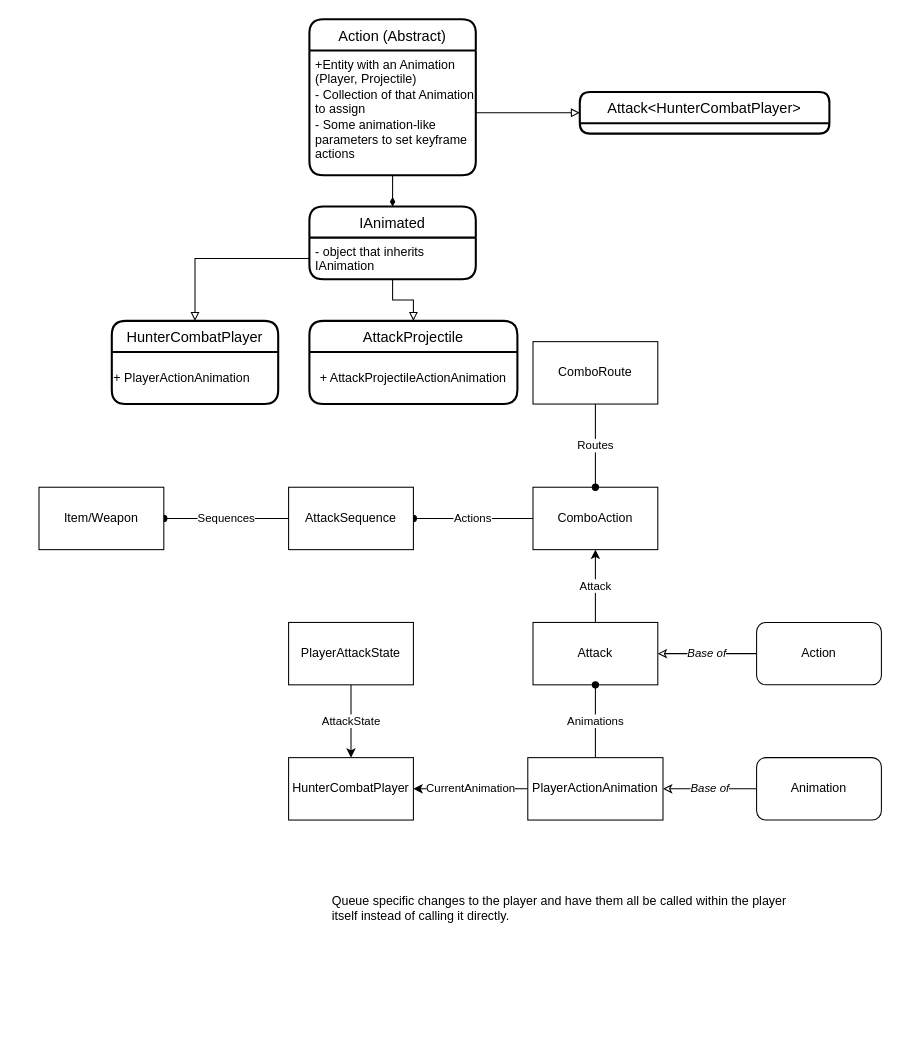
The draw.io diagram AttackDiagrams.drawio in Gingerbreadman32/HunterCombatMR, before the edit. Source tidied: cells renumbered, new cells numbered last; positions are measured from the earlier drawing's top-left corner, leaving out a move shared by most shapes. Both pictures are drawn from the tidied source at 104%, with x=0, y=0 at pixel (38, 19).
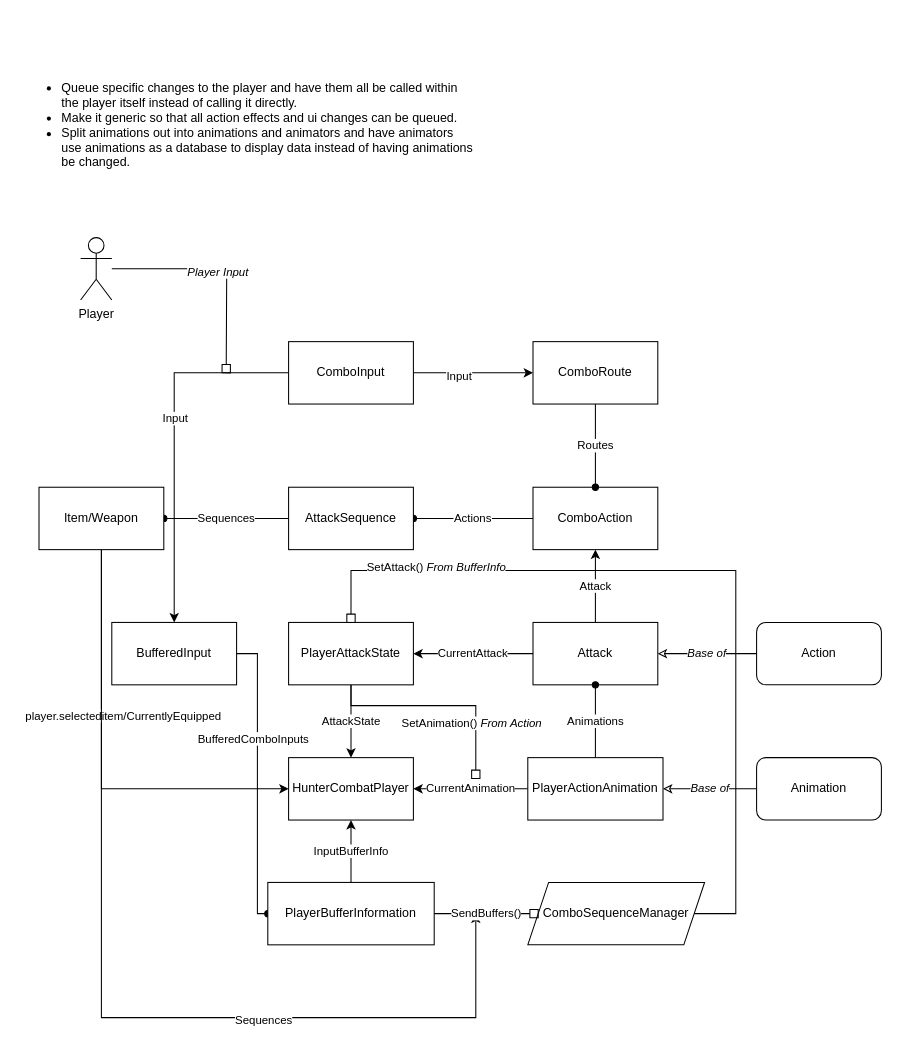
After the change.

Commit message (it also covers changes not shown here):
Diagram updates and getting ready for a structure change

The change refers to these unchanged cells:
```xml
<mxCell id="17" value="HunterCombatPlayer" style="rounded=0;whiteSpace=wrap;html=1;" parent="1" vertex="1">
  <mxGeometry x="240" y="710" width="120" height="60" as="geometry" />
</mxCell>
<mxCell id="19" value="Attack" style="rounded=0;whiteSpace=wrap;html=1;" parent="1" vertex="1">
  <mxGeometry x="475" y="580" width="120" height="60" as="geometry" />
</mxCell>
<mxCell id="30" value="ComboRoute" style="rounded=0;whiteSpace=wrap;html=1;" parent="1" vertex="1">
  <mxGeometry x="475" y="310" width="120" height="60" as="geometry" />
</mxCell>
<mxCell id="31" value="PlayerAttackState" style="rounded=0;whiteSpace=wrap;html=1;" parent="1" vertex="1">
  <mxGeometry x="240" y="580" width="120" height="60" as="geometry" />
</mxCell>
<mxCell id="33" value="Item/Weapon" style="rounded=0;whiteSpace=wrap;html=1;" parent="1" vertex="1">
  <mxGeometry y="450" width="120" height="60" as="geometry" />
</mxCell>
```

Diff of the diagram source:
```diff
@@
-    <mxCell id="2" value="Action (Abstract)" style="swimlane;horizontal=1;startSize=30;rounded=1;fontSize=14;fontStyle=0;strokeWidth=2;shadow=0;dashed=0;align=center;" parent="1" vertex="1">
-      <mxGeometry x="260" width="160" height="150" as="geometry" />
-    </mxCell>
-    <mxCell id="3" value="+Entity with an Animation&#10;(Player, Projectile)&#10;- Collection of that Animation to assign&#10;- Some animation-like parameters to set keyframe actions" style="align=left;strokeColor=none;fillColor=none;spacingLeft=4;fontSize=12;verticalAlign=top;whiteSpace=wrap;" parent="2" vertex="1">
-      <mxGeometry y="30" width="160" height="120" as="geometry" />
-    </mxCell>
-    <mxCell id="4" value="IAnimated" style="swimlane;horizontal=1;startSize=30;rounded=1;fontSize=14;fontStyle=0;strokeWidth=2;shadow=0;dashed=0;align=center;" parent="1" vertex="1">
-      <mxGeometry x="260" y="180" width="160" height="70" as="geometry" />
-    </mxCell>
-    <mxCell id="5" value="- object that inherits IAnimation" style="align=left;strokeColor=none;fillColor=none;spacingLeft=4;fontSize=12;verticalAlign=top;whiteSpace=wrap;" parent="4" vertex="1">
-      <mxGeometry y="30" width="160" height="40" as="geometry" />
-    </mxCell>
-    <mxCell id="6" style="edgeStyle=orthogonalEdgeStyle;rounded=0;jettySize=auto;html=1;entryX=0.5;entryY=0;entryDx=0;entryDy=0;endArrow=diamondThin;endFill=1;" parent="1" edge="1" source="3" target="4">
-      <mxGeometry relative="1" as="geometry" />
-    </mxCell>
-    <mxCell id="7" style="edgeStyle=orthogonalEdgeStyle;rounded=0;jettySize=auto;html=1;endArrow=block;endFill=0;entryX=0.5;entryY=0;entryDx=0;entryDy=0;" parent="1" edge="1" source="5" target="8">
-      <mxGeometry relative="1" as="geometry" />
-    </mxCell>
-    <mxCell id="8" value="HunterCombatPlayer" style="swimlane;horizontal=1;startSize=30;rounded=1;fontSize=14;fontStyle=0;strokeWidth=2;shadow=0;dashed=0;align=center;" parent="1" vertex="1">
-      <mxGeometry x="70" y="290" width="160" height="80" as="geometry" />
-    </mxCell>
-    <mxCell id="9" value="+ PlayerActionAnimation" style="text;html=1;strokeColor=none;fillColor=none;align=left;verticalAlign=middle;whiteSpace=wrap;rounded=0;" parent="8" vertex="1">
-      <mxGeometry y="30" width="160" height="50" as="geometry" />
-    </mxCell>
-    <mxCell id="10" value="AttackProjectile" style="swimlane;horizontal=1;startSize=30;rounded=1;fontSize=14;fontStyle=0;strokeWidth=2;shadow=0;dashed=0;align=center;" parent="1" vertex="1">
-      <mxGeometry x="260" y="290" width="200" height="80" as="geometry" />
-    </mxCell>
-    <mxCell id="11" value="+ AttackProjectileActionAnimation" style="text;html=1;strokeColor=none;fillColor=none;align=center;verticalAlign=middle;whiteSpace=wrap;rounded=0;" parent="10" vertex="1">
-      <mxGeometry y="30" width="200" height="50" as="geometry" />
-    </mxCell>
-    <mxCell id="12" style="edgeStyle=orthogonalEdgeStyle;rounded=0;jettySize=auto;html=1;entryX=0.5;entryY=0;entryDx=0;entryDy=0;endArrow=block;endFill=0;" parent="1" edge="1" source="5" target="10">
-      <mxGeometry relative="1" as="geometry" />
-    </mxCell>
-    <mxCell id="13" style="edgeStyle=orthogonalEdgeStyle;rounded=0;jettySize=auto;html=1;endArrow=block;endFill=0;entryX=0;entryY=0.5;entryDx=0;entryDy=0;" parent="1" edge="1" source="3" target="14">
-      <mxGeometry relative="1" as="geometry" />
-    </mxCell>
-    <mxCell id="14" value="Attack&lt;HunterCombatPlayer&gt;" style="swimlane;horizontal=1;startSize=30;rounded=1;fontSize=14;fontStyle=0;strokeWidth=2;shadow=0;dashed=0;align=center;" parent="1" vertex="1">
-      <mxGeometry x="520" y="70" width="240" height="40" as="geometry" />
-    </mxCell>
@@
+    <mxCell id="35" value="CurrentAttack" style="edgeStyle=orthogonalEdgeStyle;rounded=0;jettySize=auto;html=1;entryX=1;entryY=0.5;entryDx=0;entryDy=0;" parent="1" edge="1" source="19" target="31">
+      <mxGeometry relative="1" as="geometry" />
+    </mxCell>
@@
+    <mxCell id="36" style="edgeStyle=orthogonalEdgeStyle;rounded=0;jettySize=auto;html=1;endArrow=none;endFill=0;entryX=1;entryY=0.5;entryDx=0;entryDy=0;startArrow=classic;startFill=1;" parent="1" edge="1" source="30" target="48">
+      <mxGeometry relative="1" as="geometry" />
+    </mxCell>
+    <mxCell id="37" value="Input" style="edgeLabel;html=1;align=center;verticalAlign=middle;" parent="36" vertex="1">
+      <mxGeometry x="0.26" y="2" relative="1" as="geometry" />
+    </mxCell>
@@
+    <mxCell id="38" style="edgeStyle=orthogonalEdgeStyle;rounded=0;jettySize=auto;html=1;endArrow=box;endFill=0;" parent="1" edge="1" source="31">
+      <mxGeometry relative="1" as="geometry">
+        <mxPoint x="420" y="730" as="targetPoint" />
+        <Array as="points">
+          <mxPoint x="300" y="660" />
+          <mxPoint x="420" y="660" />
+        </Array>
+      </mxGeometry>
+    </mxCell>
+    <mxCell id="39" value="SetAnimation() &lt;i&gt;From Action&lt;/i&gt;" style="edgeLabel;html=1;align=center;verticalAlign=middle;" parent="38" vertex="1">
+      <mxGeometry x="0.49" y="-5" relative="1" as="geometry" />
+    </mxCell>
@@
+    <mxCell id="40" style="edgeStyle=orthogonalEdgeStyle;rounded=0;jettySize=auto;html=1;entryX=0;entryY=0.5;entryDx=0;entryDy=0;" parent="1" edge="1" source="33" target="17">
+      <mxGeometry relative="1" as="geometry">
+        <Array as="points">
+          <mxPoint x="60" y="740" />
+        </Array>
+      </mxGeometry>
+    </mxCell>
+    <mxCell id="41" value="player.selecteditem/CurrentlyEquipped" style="edgeLabel;html=1;align=center;verticalAlign=middle;" parent="40" vertex="1">
+      <mxGeometry x="-0.19" y="-1" relative="1" as="geometry">
+        <mxPoint x="21" y="-7" as="offset" />
+      </mxGeometry>
+    </mxCell>
+    <mxCell id="42" style="edgeStyle=orthogonalEdgeStyle;rounded=0;jettySize=auto;html=1;startArrow=none;startFill=0;endArrow=classic;endFill=1;" parent="1" edge="1" source="33">
+      <mxGeometry relative="1" as="geometry">
+        <mxPoint x="420" y="860" as="targetPoint" />
+        <Array as="points">
+          <mxPoint x="60" y="960" />
+          <mxPoint x="420" y="960" />
+          <mxPoint x="420" y="890" />
+        </Array>
+      </mxGeometry>
+    </mxCell>
+    <mxCell id="43" value="Sequences" style="edgeLabel;html=1;align=center;verticalAlign=middle;" parent="42" vertex="1">
+      <mxGeometry x="0.33" y="-2" relative="1" as="geometry" />
+    </mxCell>
@@
-    <mxCell id="34" value="Queue specific changes to the player and have them all be called within the player itself instead of calling it directly.&amp;nbsp;&amp;nbsp;" style="text;html=1;strokeColor=none;fillColor=none;align=left;verticalAlign=middle;whiteSpace=wrap;rounded=0;" parent="1" vertex="1">
-      <mxGeometry x="280" y="790" width="440" height="130" as="geometry" />
+    <mxCell id="34" value="&lt;ul&gt;&lt;li&gt;Queue specific changes to the player and have them all be called within the player itself instead of calling it directly.&amp;nbsp;&lt;/li&gt;&lt;li&gt;Make it generic so that all action effects and ui changes can be queued.&lt;/li&gt;&lt;li&gt;Split animations out into animations and animators and have animators use animations as a database to display data instead of having animations be changed.&lt;/li&gt;&lt;/ul&gt;" style="text;html=1;strokeColor=none;fillColor=none;align=left;verticalAlign=middle;whiteSpace=wrap;rounded=0;" parent="1" vertex="1">
+      <mxGeometry x="-20" y="37" width="440" height="130" as="geometry" />
     </mxCell>
+    <mxCell id="44" style="edgeStyle=orthogonalEdgeStyle;rounded=0;jettySize=auto;html=1;entryX=0;entryY=0.5;entryDx=0;entryDy=0;startArrow=none;startFill=0;endArrow=oval;endFill=1;exitX=1;exitY=0.5;exitDx=0;exitDy=0;" parent="1" edge="1" source="55" target="54">
+      <mxGeometry relative="1" as="geometry">
+        <Array as="points">
+          <mxPoint x="210" y="610" />
+          <mxPoint x="210" y="860" />
+        </Array>
+      </mxGeometry>
+    </mxCell>
+    <mxCell id="45" value="BufferedComboInputs" style="edgeLabel;html=1;align=center;verticalAlign=middle;" parent="44" vertex="1">
+      <mxGeometry x="-0.28" y="-5" relative="1" as="geometry" />
+    </mxCell>
+    <mxCell id="46" style="edgeStyle=orthogonalEdgeStyle;rounded=0;jettySize=auto;html=1;entryX=0.5;entryY=0;entryDx=0;entryDy=0;startArrow=none;startFill=0;endArrow=classic;endFill=1;" parent="1" edge="1" source="48" target="55">
+      <mxGeometry relative="1" as="geometry" />
+    </mxCell>
+    <mxCell id="47" value="Input" style="edgeLabel;html=1;align=center;verticalAlign=middle;" parent="46" vertex="1">
+      <mxGeometry x="-0.13" relative="1" as="geometry">
+        <mxPoint y="1" as="offset" />
+      </mxGeometry>
+    </mxCell>
+    <mxCell id="48" value="ComboInput" style="rounded=0;whiteSpace=wrap;html=1;fontFamily=Helvetica;fontSize=12;fontColor=#000000;align=center;strokeColor=#000000;fillColor=#ffffff;" parent="1" vertex="1">
+      <mxGeometry x="240" y="310" width="120" height="60" as="geometry" />
+    </mxCell>
+    <mxCell id="49" style="edgeStyle=orthogonalEdgeStyle;rounded=0;jettySize=auto;html=1;startArrow=none;startFill=0;endArrow=box;endFill=0;entryX=0.5;entryY=0;entryDx=0;entryDy=0;" parent="1" edge="1" source="51" target="31">
+      <mxGeometry relative="1" as="geometry">
+        <Array as="points">
+          <mxPoint x="670" y="860" />
+          <mxPoint x="670" y="530" />
+          <mxPoint x="300" y="530" />
+        </Array>
+      </mxGeometry>
+    </mxCell>
+    <mxCell id="50" value="SetAttack() &lt;i&gt;From BufferInfo&lt;/i&gt;" style="edgeLabel;html=1;align=center;verticalAlign=middle;" parent="49" vertex="1">
+      <mxGeometry x="0.67" y="-4" relative="1" as="geometry">
+        <mxPoint x="1" as="offset" />
+      </mxGeometry>
+    </mxCell>
+    <mxCell id="51" value="ComboSequenceManager" style="shape=parallelogram;perimeter=parallelogramPerimeter;whiteSpace=wrap;html=1;fixedSize=1;" parent="1" vertex="1">
+      <mxGeometry x="470" y="830" width="170" height="60" as="geometry" />
+    </mxCell>
+    <mxCell id="52" value="InputBufferInfo" style="edgeStyle=orthogonalEdgeStyle;rounded=0;jettySize=auto;html=1;entryX=0.5;entryY=1;entryDx=0;entryDy=0;startArrow=none;startFill=0;endArrow=classic;endFill=1;" parent="1" edge="1" source="54" target="17">
+      <mxGeometry relative="1" as="geometry" />
+    </mxCell>
+    <mxCell id="53" value="SendBuffers()" style="edgeStyle=orthogonalEdgeStyle;rounded=0;jettySize=auto;html=1;startArrow=none;startFill=0;endArrow=box;endFill=0;" parent="1" edge="1" source="54" target="51">
+      <mxGeometry relative="1" as="geometry" />
+    </mxCell>
+    <mxCell id="54" value="PlayerBufferInformation" style="rounded=0;whiteSpace=wrap;html=1;" parent="1" vertex="1">
+      <mxGeometry x="220" y="830" width="160" height="60" as="geometry" />
+    </mxCell>
+    <mxCell id="55" value="BufferedInput" style="rounded=0;whiteSpace=wrap;html=1;" parent="1" vertex="1">
+      <mxGeometry x="70" y="580" width="120" height="60" as="geometry" />
+    </mxCell>
+    <mxCell id="56" style="edgeStyle=orthogonalEdgeStyle;rounded=0;jettySize=auto;html=1;startArrow=none;startFill=0;endArrow=box;endFill=0;" parent="1" edge="1" source="58">
+      <mxGeometry relative="1" as="geometry">
+        <mxPoint x="180" y="340" as="targetPoint" />
+      </mxGeometry>
+    </mxCell>
+    <mxCell id="57" value="&lt;i&gt;Player Input&lt;/i&gt;" style="edgeLabel;html=1;align=center;verticalAlign=middle;" parent="56" vertex="1">
+      <mxGeometry x="-0.05" y="-1" relative="1" as="geometry">
+        <mxPoint x="1" y="1" as="offset" />
+      </mxGeometry>
+    </mxCell>
+    <mxCell id="58" value="Player" style="shape=umlActor;verticalLabelPosition=bottom;verticalAlign=top;html=1;outlineConnect=0;" parent="1" vertex="1">
+      <mxGeometry x="40" y="210" width="30" height="60" as="geometry" />
+    </mxCell>
```
